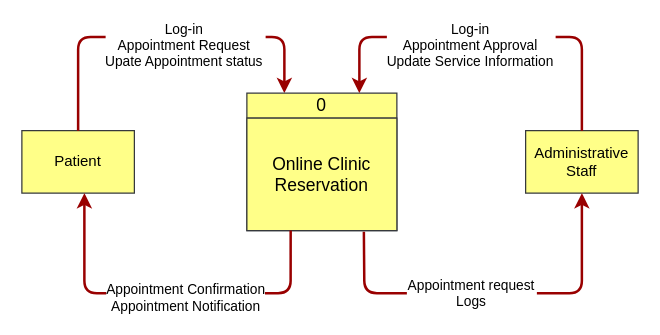
Before: CFDappointment.drawio in Santos0727/Appointment, a draw.io diagram. Source tidied: cells renumbered, new cells numbered last; positions are measured from the earlier drawing's top-left corner, leaving out a move shared by most shapes. Both pictures are drawn from the tidied source at 125%, with x=0, y=0 at pixel (21, 36).
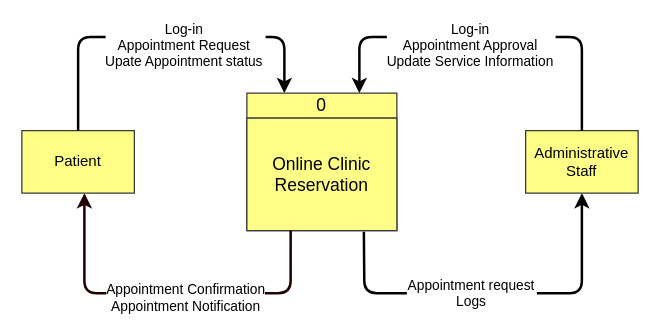
After the change.

The edit, as a diff of the source:
```diff
@@
 <mxGraphModel>
   <root>
     <mxCell id="0" />
     <mxCell id="1" parent="0" />
     <mxCell id="2" value="Patient" style="whiteSpace=wrap;align=center;verticalAlign=middle;fontStyle=0;strokeWidth=1;fillColor=#ffff88;strokeColor=#36393d;" parent="1" vertex="1">
       <mxGeometry y="75" width="90" height="50" as="geometry" />
     </mxCell>
-    <mxCell id="3" value="&#10;Log-in&#10;Appointment Request&#10;Upate Appointment status" style="edgeStyle=none;noEdgeStyle=1;strokeColor=#990000;strokeWidth=2;exitX=0.5;exitY=0;exitDx=0;exitDy=0;entryX=0.25;entryY=0;entryDx=0;entryDy=0;" parent="1" edge="1" source="2" target="5">
+    <mxCell id="3" value="&#10;Log-in&#10;Appointment Request&#10;Upate Appointment status" style="edgeStyle=none;noEdgeStyle=1;strokeColor=#000000;strokeWidth=2;exitX=0.5;exitY=0;exitDx=0;exitDy=0;entryX=0.25;entryY=0;entryDx=0;entryDy=0;" parent="1" edge="1" source="2" target="5">
       <mxGeometry x="0.12" relative="1" as="geometry">
         <Array as="points">
           <mxPoint x="45" />
           <mxPoint x="210" />
         </Array>
       </mxGeometry>
     </mxCell>
     <mxCell id="4" value="Administrative Staff" style="whiteSpace=wrap;align=center;verticalAlign=middle;fontStyle=0;strokeWidth=1;fillColor=#ffff88;strokeColor=#36393d;" parent="1" vertex="1">
       <mxGeometry x="403" y="75" width="90" height="50" as="geometry" />
     </mxCell>
     <mxCell id="5" value="0" style="swimlane;fontStyle=0;horizontal=1;startSize=20;whiteSpace=wrap;html=1;fillColor=#ffff88;strokeColor=#36393d;fontSize=14;" parent="1" vertex="1">
       <mxGeometry x="180" y="45" width="120" height="110" as="geometry" />
     </mxCell>
     <mxCell id="6" value="Online Clinic Reservation" style="text;strokeColor=#36393d;fillColor=#ffff88;align=center;verticalAlign=middle;spacingLeft=4;spacingRight=4;overflow=hidden;points=[[0,0.5],[1,0.5]];portConstraint=eastwest;whiteSpace=wrap;html=1;fontSize=14;" parent="5" vertex="1">
       <mxGeometry y="20" width="120" height="90" as="geometry" />
     </mxCell>
-    <mxCell id="7" style="edgeStyle=none;noEdgeStyle=1;strokeColor=#990000;strokeWidth=2;entryX=0.5;entryY=1;entryDx=0;entryDy=0;exitX=0.292;exitY=0.999;exitDx=0;exitDy=0;exitPerimeter=0;" parent="1" edge="1" source="6">
+    <mxCell id="7" style="edgeStyle=none;noEdgeStyle=1;strokeColor=#1F0000;strokeWidth=2;entryX=0.5;entryY=1;entryDx=0;entryDy=0;exitX=0.292;exitY=0.999;exitDx=0;exitDy=0;exitPerimeter=0;" parent="1" edge="1" source="6">
       <mxGeometry relative="1" as="geometry">
         <mxPoint x="50" y="125" as="targetPoint" />
         <Array as="points">
           <mxPoint x="215" y="205" />
           <mxPoint x="50" y="205" />
         </Array>
       </mxGeometry>
     </mxCell>
     <mxCell id="8" value="&lt;div&gt;Appointment Confirmation&lt;br&gt;&lt;/div&gt;&lt;div&gt;Appointment Notification&lt;/div&gt;" style="edgeLabel;html=1;align=center;verticalAlign=middle;" parent="7" vertex="1">
       <mxGeometry x="-0.38" y="3" relative="1" as="geometry">
         <mxPoint x="-44" as="offset" />
       </mxGeometry>
     </mxCell>
-    <mxCell id="9" value="Appointment request&#10;Logs" style="edgeStyle=none;noEdgeStyle=1;strokeColor=#990000;strokeWidth=2;exitX=0.78;exitY=1.009;exitDx=0;exitDy=0;entryX=0.5;entryY=1;entryDx=0;entryDy=0;exitPerimeter=0;" parent="1" edge="1" source="6" target="4">
+    <mxCell id="9" value="Appointment request&#10;Logs" style="edgeStyle=none;noEdgeStyle=1;strokeColor=#000000;strokeWidth=2;exitX=0.78;exitY=1.009;exitDx=0;exitDy=0;entryX=0.5;entryY=1;entryDx=0;entryDy=0;exitPerimeter=0;" parent="1" edge="1" source="6" target="4">
       <mxGeometry x="-0.11" relative="1" as="geometry">
         <Array as="points">
           <mxPoint x="274" y="205" />
           <mxPoint x="448" y="205" />
         </Array>
       </mxGeometry>
     </mxCell>
-    <mxCell id="10" value="&#10;Log-in&#10;Appointment Approval&#10;Update Service Information" style="edgeStyle=none;noEdgeStyle=1;strokeColor=#990000;strokeWidth=2;exitX=0.5;exitY=0;exitDx=0;exitDy=0;entryX=0.75;entryY=0;entryDx=0;entryDy=0;" parent="1" edge="1" source="4" target="5">
+    <mxCell id="10" value="&#10;Log-in&#10;Appointment Approval&#10;Update Service Information" style="edgeStyle=none;noEdgeStyle=1;strokeColor=#000000;strokeWidth=2;exitX=0.5;exitY=0;exitDx=0;exitDy=0;entryX=0.75;entryY=0;entryDx=0;entryDy=0;" parent="1" edge="1" source="4" target="5">
       <mxGeometry x="0.1" relative="1" as="geometry">
         <Array as="points">
           <mxPoint x="448" />
           <mxPoint x="270" />
         </Array>
       </mxGeometry>
     </mxCell>
   </root>
 </mxGraphModel>
```
